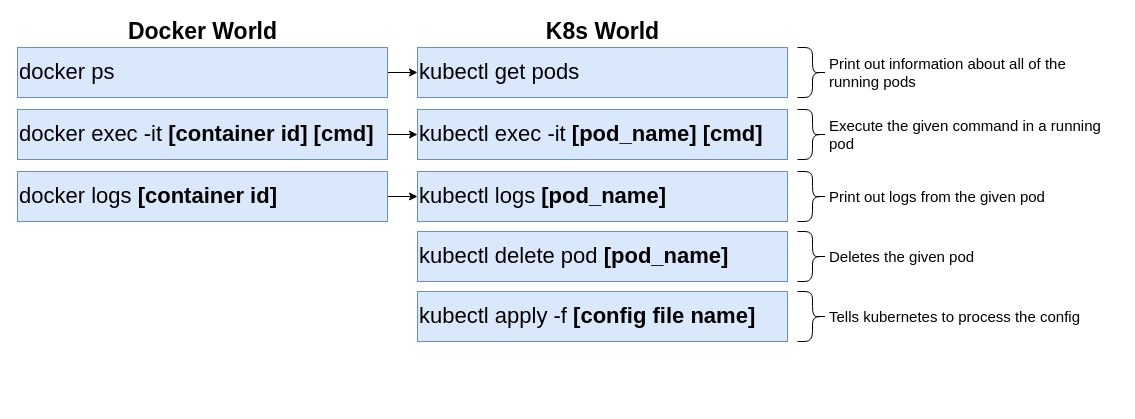
Above: page "08 - pods" (7 of 12) of diagrams/04/02.drawio in HappySuzuki/microservices-cast (draw.io), before the change. Source tidied: cells renumbered, new cells numbered last; positions are measured from the earlier drawing's top-left corner, leaving out a move shared by most shapes. Both pictures are drawn from the tidied source at 100%, with x=0, y=0 at pixel (17, 21).
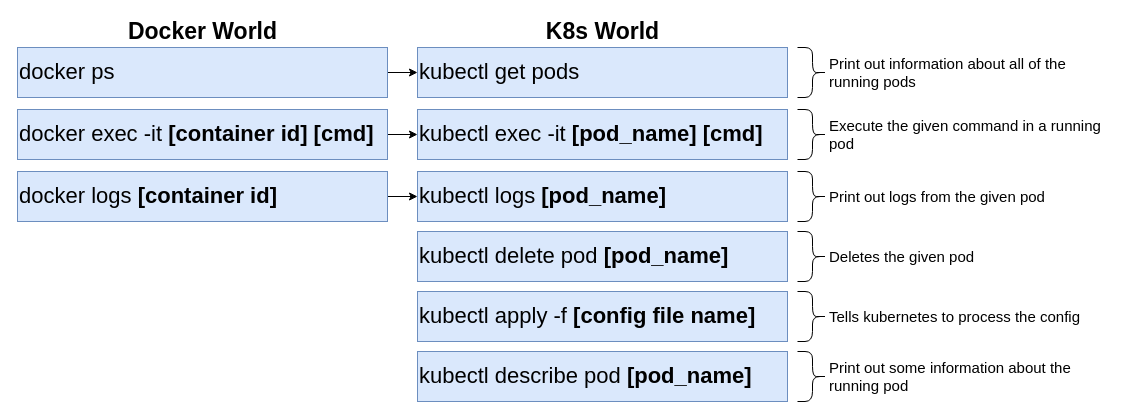
After the change.

The edit, as a diff of the source:
```diff
@@
+    <mxCell id="25" style="shape=curlyBracket;whiteSpace=wrap;html=1;rounded=1;fontSize=22;align=left;rotation=-180;" parent="1" vertex="1">
+      <mxGeometry x="780" y="330" width="30" height="50" as="geometry" />
+    </mxCell>
+    <mxCell id="26" value="Print out some information about the running pod" style="text;html=1;strokeColor=none;fillColor=none;align=left;verticalAlign=middle;whiteSpace=wrap;rounded=0;fontSize=15;" parent="1" vertex="1">
+      <mxGeometry x="810" y="345" width="290" height="20" as="geometry" />
+    </mxCell>
+    <mxCell id="27" value="kubectl describe pod &lt;b&gt;[pod_name]&lt;/b&gt;" style="rounded=0;whiteSpace=wrap;html=1;fontSize=22;fillColor=#dae8fc;strokeColor=#6c8ebf;align=left;" parent="1" vertex="1">
+      <mxGeometry x="400" y="330" width="370" height="50" as="geometry" />
+    </mxCell>
```
